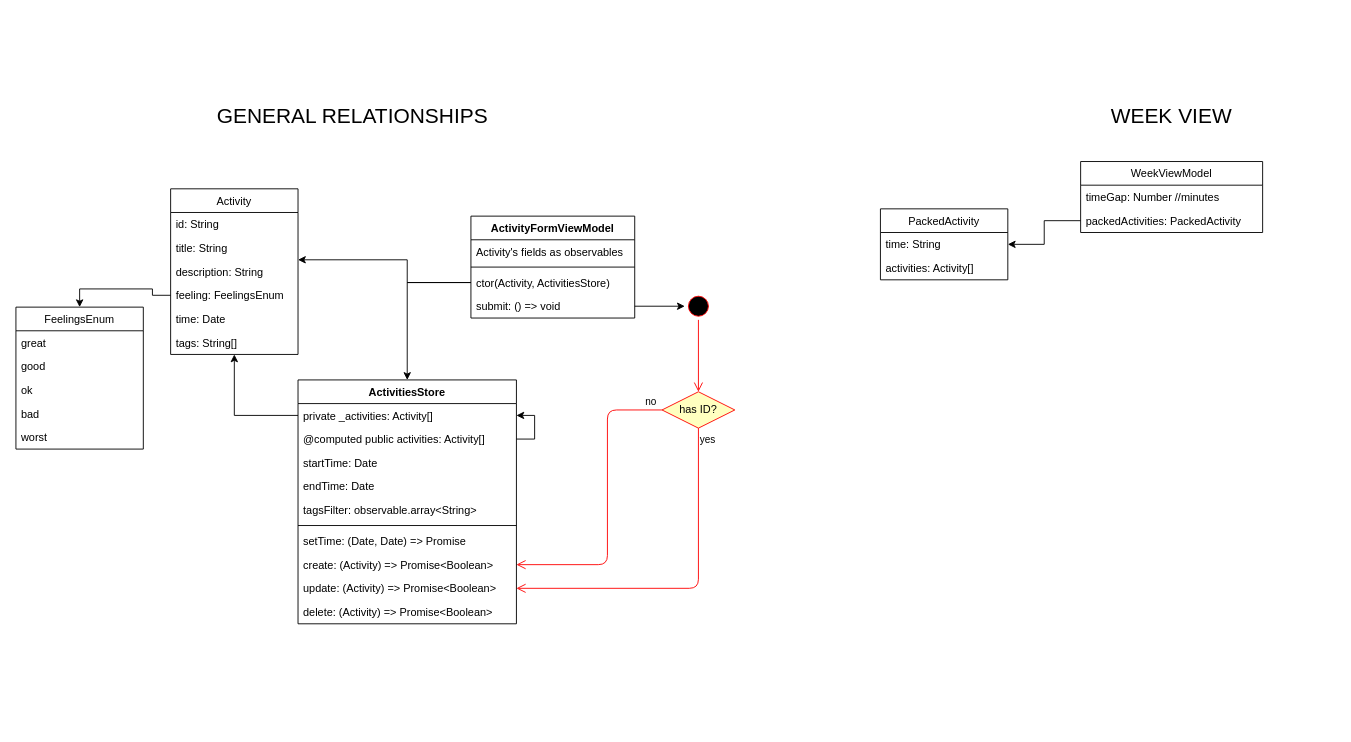
This is Feel Tracker.drawio from Polarts/sentispace, a draw.io file, before an edit. Source tidied: cells renumbered, new cells numbered last; positions are measured from the earlier drawing's top-left corner, leaving out a move shared by most shapes. Both pictures are drawn from the tidied source at 91%, with x=0, y=0 at pixel (15, 88).
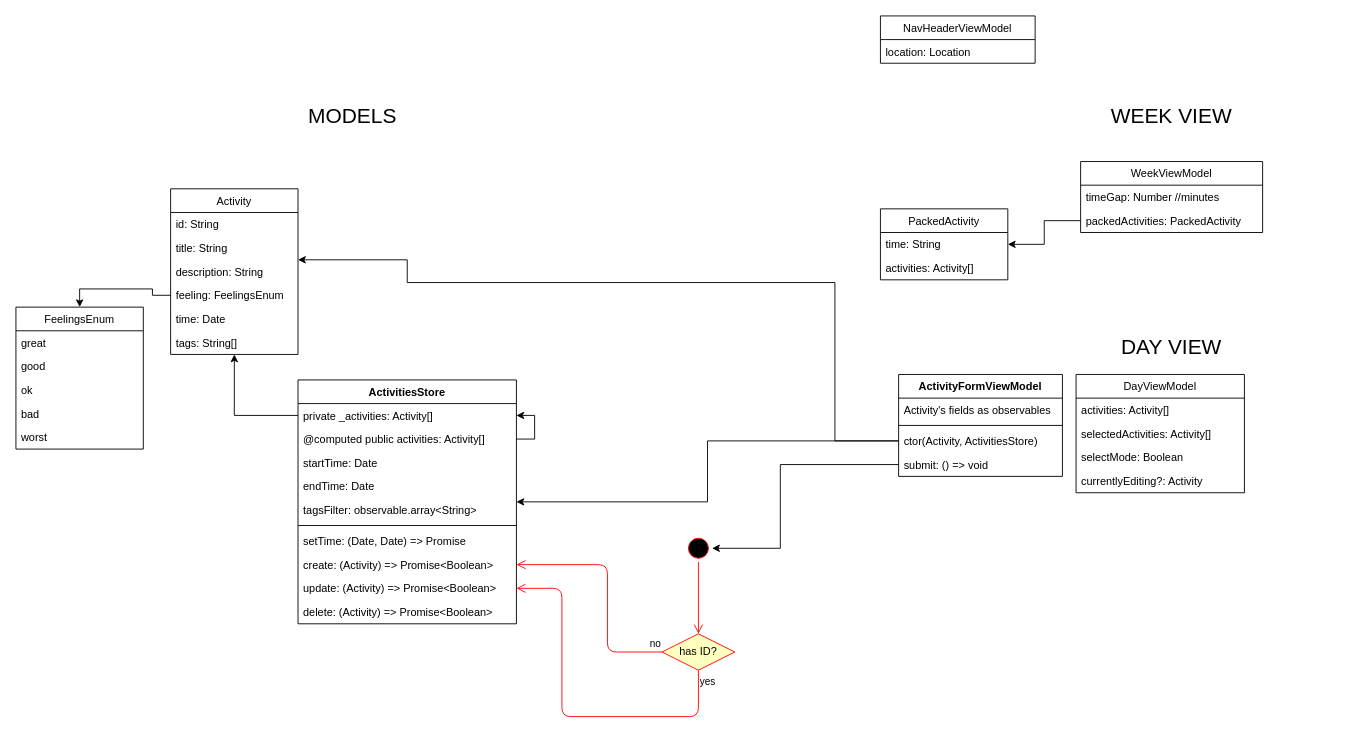
The same diagram, later.

Commit message:
Start of a redesign plan

Unchanged cells that the change refers to:
```xml
<mxCell id="2" value="Activity" style="swimlane;fontStyle=0;horizontal=1;startSize=26;fillColor=none;" parent="1" vertex="1">
  <mxGeometry x="170" y="110" width="140" height="182" as="geometry" />
</mxCell>
<mxCell id="25" value="create: (Activity) =&gt; Promise&lt;Boolean&gt;" style="text;strokeColor=none;fillColor=none;align=left;verticalAlign=top;spacingLeft=4;spacingRight=4;overflow=hidden;points=[[0,0.5],[1,0.5]];portConstraint=eastwest;" parent="16" vertex="1">
  <mxGeometry y="190" width="240" height="26" as="geometry" />
</mxCell>
<mxCell id="26" value="update: (Activity) =&gt; Promise&lt;Boolean&gt;" style="text;strokeColor=none;fillColor=none;align=left;verticalAlign=top;spacingLeft=4;spacingRight=4;overflow=hidden;points=[[0,0.5],[1,0.5]];portConstraint=eastwest;" parent="16" vertex="1">
  <mxGeometry y="216" width="240" height="26" as="geometry" />
</mxCell>
<mxCell id="32" value="ctor(Activity, ActivitiesStore)" style="text;strokeColor=none;fillColor=none;align=left;verticalAlign=top;spacingLeft=4;spacingRight=4;overflow=hidden;points=[[0,0.5],[1,0.5]];portConstraint=eastwest;" parent="29" vertex="1">
  <mxGeometry y="60" width="180" height="26" as="geometry" />
</mxCell>
<mxCell id="33" value="submit: () =&gt; void" style="text;strokeColor=none;fillColor=none;align=left;verticalAlign=top;spacingLeft=4;spacingRight=4;overflow=hidden;points=[[0,0.5],[1,0.5]];portConstraint=eastwest;" parent="29" vertex="1">
  <mxGeometry y="86" width="180" height="26" as="geometry" />
</mxCell>
```

Change to the diagram source:
```diff
@@
     <mxCell id="29" value="ActivityFormViewModel" style="swimlane;fontStyle=1;align=center;verticalAlign=top;horizontal=1;startSize=26;" parent="1" vertex="1">
-      <mxGeometry x="500" y="140" width="180" height="112" as="geometry" />
+      <mxGeometry x="970" y="314" width="180" height="112" as="geometry" />
     </mxCell>
@@
     <mxCell id="34" style="edgeStyle=orthogonalEdgeStyle;rounded=0;jettySize=auto;html=1;" parent="1" edge="1" source="32" target="2">
       <mxGeometry relative="1" as="geometry">
         <Array as="points">
+          <mxPoint x="900" y="387" />
+          <mxPoint x="900" y="213" />
           <mxPoint x="430" y="213" />
           <mxPoint x="430" y="188" />
         </Array>
       </mxGeometry>
     </mxCell>
@@
     <mxCell id="36" style="ellipse;html=1;shape=startState;fillColor=#000000;strokeColor=#ff0000;" parent="1" vertex="1">
-      <mxGeometry x="735" y="224" width="30" height="30" as="geometry" />
+      <mxGeometry x="735" y="490" width="30" height="30" as="geometry" />
     </mxCell>
@@
     <mxCell id="38" style="edgeStyle=orthogonalEdgeStyle;rounded=0;jettySize=auto;html=1;" parent="1" edge="1" source="33" target="36">
-      <mxGeometry relative="1" as="geometry" />
+      <mxGeometry relative="1" as="geometry">
+        <Array as="points">
+          <mxPoint x="840" y="413" />
+          <mxPoint x="840" y="505" />
+        </Array>
+      </mxGeometry>
     </mxCell>
     <mxCell id="39" value="&lt;font color=&quot;#050505&quot;&gt;has ID?&lt;/font&gt;" style="rhombus;whiteSpace=wrap;html=1;fillColor=#ffffc0;strokeColor=#ff0000;" parent="1" vertex="1">
-      <mxGeometry x="710" y="333" width="80" height="40" as="geometry" />
+      <mxGeometry x="710" y="599" width="80" height="40" as="geometry" />
     </mxCell>
     <mxCell id="40" value="no" style="edgeStyle=orthogonalEdgeStyle;html=1;align=left;verticalAlign=bottom;endArrow=open;endSize=8;strokeColor=#ff0000;entryX=1;entryY=0.5;entryDx=0;entryDy=0;" parent="1" edge="1" source="39" target="25">
       <mxGeometry x="-0.88" relative="1" as="geometry">
         <Array as="points">
-          <mxPoint x="650" y="353" />
+          <mxPoint x="650" y="619" />
           <mxPoint x="650" y="523" />
         </Array>
       </mxGeometry>
     </mxCell>
     <mxCell id="41" value="yes" style="edgeStyle=orthogonalEdgeStyle;html=1;align=left;verticalAlign=top;endArrow=open;endSize=8;strokeColor=#ff0000;entryX=1;entryY=0.5;entryDx=0;entryDy=0;" parent="1" edge="1" source="39" target="26">
       <mxGeometry x="-1" relative="1" as="geometry">
         <Array as="points">
-          <mxPoint x="750" y="549" />
+          <mxPoint x="750" y="690" />
+          <mxPoint x="600" y="690" />
+          <mxPoint x="600" y="549" />
         </Array>
       </mxGeometry>
     </mxCell>
-    <mxCell id="42" value="&lt;font style=&quot;font-size: 23px&quot;&gt;GENERAL RELATIONSHIPS&lt;/font&gt;" style="text;html=1;strokeColor=none;fillColor=none;align=center;verticalAlign=middle;whiteSpace=wrap;rounded=0;" parent="1" vertex="1">
+    <mxCell id="42" value="&lt;font style=&quot;font-size: 23px&quot;&gt;MODELS&lt;/font&gt;" style="text;html=1;strokeColor=none;fillColor=none;align=center;verticalAlign=middle;whiteSpace=wrap;rounded=0;" parent="1" vertex="1">
       <mxGeometry x="190" width="360" height="60" as="geometry" />
     </mxCell>
@@
+    <mxCell id="51" value="&lt;font style=&quot;font-size: 23px&quot;&gt;DAY VIEW&lt;/font&gt;" style="text;html=1;strokeColor=none;fillColor=none;align=center;verticalAlign=middle;whiteSpace=wrap;rounded=0;" parent="1" vertex="1">
+      <mxGeometry x="1090" y="254" width="360" height="60" as="geometry" />
+    </mxCell>
+    <mxCell id="52" value="DayViewModel" style="swimlane;fontStyle=0;horizontal=1;startSize=26;fillColor=none;" parent="1" vertex="1">
+      <mxGeometry x="1165" y="314" width="185" height="130" as="geometry" />
+    </mxCell>
+    <mxCell id="53" value="activities: Activity[]" style="text;strokeColor=none;fillColor=none;align=left;verticalAlign=top;spacingLeft=4;spacingRight=4;overflow=hidden;" parent="52" vertex="1">
+      <mxGeometry y="26" width="185" height="26" as="geometry" />
+    </mxCell>
+    <mxCell id="54" value="selectedActivities: Activity[]" style="text;strokeColor=none;fillColor=none;align=left;verticalAlign=top;spacingLeft=4;spacingRight=4;overflow=hidden;" parent="52" vertex="1">
+      <mxGeometry y="52" width="185" height="26" as="geometry" />
+    </mxCell>
+    <mxCell id="55" value="selectMode: Boolean" style="text;strokeColor=none;fillColor=none;align=left;verticalAlign=top;spacingLeft=4;spacingRight=4;overflow=hidden;" parent="52" vertex="1">
+      <mxGeometry y="78" width="185" height="26" as="geometry" />
+    </mxCell>
+    <mxCell id="56" value="currentlyEditing?: Activity " style="text;strokeColor=none;fillColor=none;align=left;verticalAlign=top;spacingLeft=4;spacingRight=4;overflow=hidden;" parent="52" vertex="1">
+      <mxGeometry y="104" width="185" height="26" as="geometry" />
+    </mxCell>
+    <mxCell id="57" value="NavHeaderViewModel" style="swimlane;fontStyle=0;horizontal=1;startSize=26;fillColor=none;" parent="1" vertex="1">
+      <mxGeometry x="950" y="-80" width="170" height="52" as="geometry" />
+    </mxCell>
+    <mxCell id="58" value="location: Location" style="text;strokeColor=none;fillColor=none;align=left;verticalAlign=top;spacingLeft=4;spacingRight=4;overflow=hidden;" parent="57" vertex="1">
+      <mxGeometry y="26" width="170" height="26" as="geometry" />
+    </mxCell>
```
